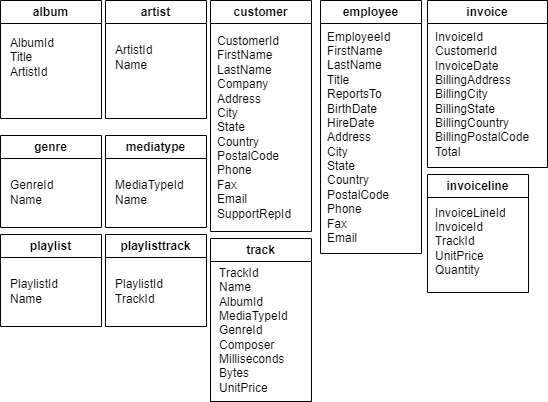
This is relational-data-storage/opdracht-2/DS-opdracht-2-v1.drawio.png from Dabra720/educom-data-science, a draw.io export, as it was before one commit. Source tidied: cells renumbered, new cells last; positions are measured from the earlier drawing's top-left corner, leaving out a move shared by most shapes.
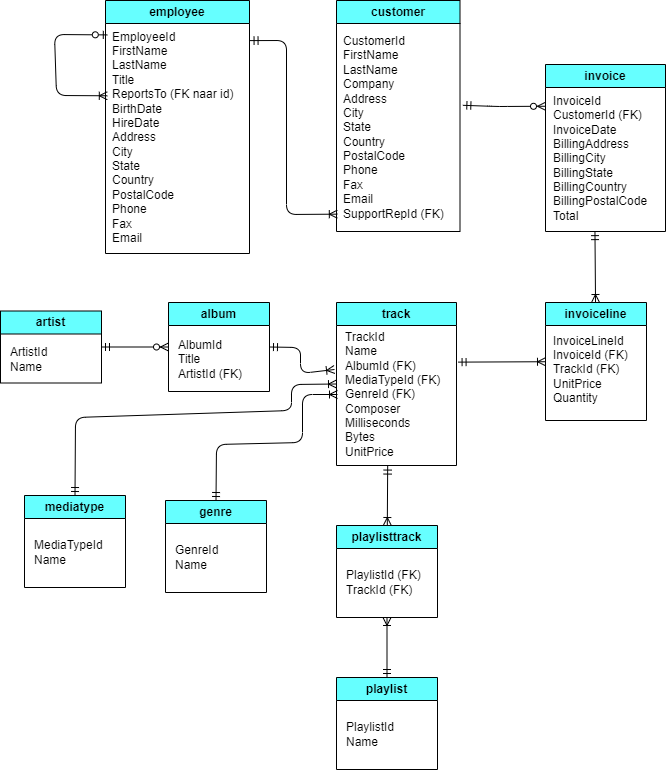
After the change.

Change to the diagram source:
```diff
@@ -2,71 +2,137 @@
   <root>
     <mxCell id="0" />
     <mxCell id="1" parent="0" />
-    <mxCell id="2" value="album" style="swimlane;whiteSpace=wrap;html=1;strokeColor=#000000;" parent="1" vertex="1">
-      <mxGeometry width="101" height="118" as="geometry" />
+    <mxCell id="2" value="album" style="swimlane;whiteSpace=wrap;html=1;strokeColor=#000000;fontColor=#000000;fillColor=#66FFFF;" parent="1" vertex="1">
+      <mxGeometry x="168" y="302" width="101" height="89" as="geometry" />
     </mxCell>
-    <mxCell id="3" value="AlbumId&lt;br&gt;Title&lt;br&gt;ArtistId" style="text;html=1;align=left;verticalAlign=middle;strokeColor=none;fillColor=none;fontColor=#000000;" parent="2" vertex="1">
-      <mxGeometry x="8" y="29" width="62" height="55" as="geometry" />
+    <mxCell id="3" value="AlbumId&lt;br&gt;Title&lt;br&gt;ArtistId&amp;nbsp;(FK)" style="text;html=1;align=left;verticalAlign=middle;strokeColor=none;fillColor=none;fontColor=#000000;" parent="2" vertex="1">
+      <mxGeometry x="8" y="29" width="82" height="55" as="geometry" />
     </mxCell>
+    <mxCell id="24" style="edgeStyle=none;html=1;entryX=0;entryY=0.5;entryDx=0;entryDy=0;fontColor=#000000;strokeColor=#000000;startArrow=ERmandOne;startFill=0;endArrow=ERzeroToMany;endFill=0;" parent="1" edge="1" source="4" target="2">
+      <mxGeometry relative="1" as="geometry" />
+    </mxCell>
-    <mxCell id="4" value="artist" style="swimlane;whiteSpace=wrap;html=1;strokeColor=#000000;" parent="1" vertex="1">
-      <mxGeometry x="105" width="101" height="118" as="geometry" />
+    <mxCell id="4" value="artist" style="swimlane;whiteSpace=wrap;html=1;strokeColor=#000000;fontColor=#000000;fillColor=#66FFFF;" parent="1" vertex="1">
+      <mxGeometry y="310.5" width="101" height="72" as="geometry" />
     </mxCell>
     <mxCell id="5" value="ArtistId&lt;br&gt;Name" style="text;html=1;align=left;verticalAlign=middle;strokeColor=none;fillColor=none;fontColor=#000000;" parent="4" vertex="1">
-      <mxGeometry x="8" y="36" width="55" height="41" as="geometry" />
+      <mxGeometry x="8" y="28" width="55" height="41" as="geometry" />
     </mxCell>
-    <mxCell id="6" value="customer" style="swimlane;whiteSpace=wrap;html=1;strokeColor=#000000;" parent="1" vertex="1">
-      <mxGeometry x="210" width="101" height="231" as="geometry" />
+    <mxCell id="6" value="customer" style="swimlane;whiteSpace=wrap;html=1;strokeColor=#000000;fontColor=#000000;fillColor=#66FFFF;" parent="1" vertex="1">
+      <mxGeometry x="336" width="123.5" height="231" as="geometry" />
     </mxCell>
-    <mxCell id="7" value="CustomerId&lt;br&gt;FirstName&lt;br&gt;LastName&lt;br&gt;Company&lt;br&gt;Address&lt;br&gt;City&lt;br&gt;State&lt;br&gt;Country&lt;br&gt;PostalCode&lt;br&gt;Phone&lt;br&gt;Fax&lt;br&gt;Email&lt;br&gt;SupportRepId" style="text;html=1;align=left;verticalAlign=middle;points=[];strokeColor=none;fillColor=none;fontColor=#000000;" parent="6" vertex="1">
-      <mxGeometry x="4.5" y="27" width="92" height="199" as="geometry" />
+    <mxCell id="7" value="CustomerId&lt;br&gt;FirstName&lt;br&gt;LastName&lt;br&gt;Company&lt;br&gt;Address&lt;br&gt;City&lt;br&gt;State&lt;br&gt;Country&lt;br&gt;PostalCode&lt;br&gt;Phone&lt;br&gt;Fax&lt;br&gt;Email&lt;br&gt;SupportRepId&amp;nbsp;(FK)" style="text;html=1;align=left;verticalAlign=middle;points=[];strokeColor=none;fillColor=none;fontColor=#000000;" parent="6" vertex="1">
+      <mxGeometry x="4.5" y="27" width="119" height="199" as="geometry" />
     </mxCell>
-    <mxCell id="8" value="employee" style="swimlane;whiteSpace=wrap;html=1;strokeColor=#000000;" parent="1" vertex="1">
-      <mxGeometry x="320" width="101" height="253" as="geometry" />
+    <mxCell id="8" value="employee" style="swimlane;whiteSpace=wrap;html=1;strokeColor=#000000;fontColor=#000000;fillColor=#66FFFF;" parent="1" vertex="1">
+      <mxGeometry x="105" width="144" height="253" as="geometry" />
     </mxCell>
-    <mxCell id="9" value="EmployeeId&lt;br&gt;FirstName&lt;br&gt;LastName&lt;br&gt;Title&lt;br&gt;ReportsTo&lt;br&gt;BirthDate&lt;br&gt;HireDate&lt;br&gt;Address&lt;br&gt;City&lt;br&gt;State&lt;br&gt;Country&lt;br&gt;PostalCode&lt;br&gt;Phone&lt;br&gt;Fax&lt;br&gt;Email&lt;br&gt;" style="text;html=1;align=left;verticalAlign=middle;points=[];strokeColor=none;fillColor=none;fontColor=#000000;" parent="8" vertex="1">
-      <mxGeometry x="5" y="23" width="81" height="228" as="geometry" />
+    <mxCell id="9" value="EmployeeId&lt;br&gt;FirstName&lt;br&gt;LastName&lt;br&gt;Title&lt;br&gt;ReportsTo&amp;nbsp;(FK naar id)&lt;br&gt;BirthDate&lt;br&gt;HireDate&lt;br&gt;Address&lt;br&gt;City&lt;br&gt;State&lt;br&gt;Country&lt;br&gt;PostalCode&lt;br&gt;Phone&lt;br&gt;Fax&lt;br&gt;Email" style="text;html=1;align=left;verticalAlign=middle;points=[];strokeColor=none;fillColor=none;fontColor=#000000;" parent="8" vertex="1">
+      <mxGeometry x="5" y="23" width="139" height="228" as="geometry" />
     </mxCell>
+    <mxCell id="25" style="edgeStyle=none;html=1;strokeColor=#000000;fontColor=#000000;startArrow=ERoneToMany;startFill=0;endArrow=ERzeroToOne;endFill=0;exitX=-0.023;exitY=0.317;exitDx=0;exitDy=0;exitPerimeter=0;entryX=-0.023;entryY=0.05;entryDx=0;entryDy=0;entryPerimeter=0;" parent="8" edge="1" source="9" target="9">
+      <mxGeometry relative="1" as="geometry">
+        <Array as="points">
+          <mxPoint x="-49" y="95" />
+          <mxPoint x="-51" y="34" />
+        </Array>
+      </mxGeometry>
+    </mxCell>
+    <mxCell id="26" style="edgeStyle=none;html=1;entryX=0.388;entryY=1.015;entryDx=0;entryDy=0;entryPerimeter=0;strokeColor=#000000;fontColor=#000000;startArrow=ERoneToMany;startFill=0;endArrow=ERmandOne;endFill=0;" parent="1" edge="1" source="10" target="13">
+      <mxGeometry relative="1" as="geometry" />
+    </mxCell>
+    <mxCell id="27" style="edgeStyle=none;html=1;entryX=1.014;entryY=0.272;entryDx=0;entryDy=0;entryPerimeter=0;strokeColor=#000000;fontColor=#000000;startArrow=ERoneToMany;startFill=0;endArrow=ERmandOne;endFill=0;" parent="1" edge="1" source="10" target="23">
+      <mxGeometry relative="1" as="geometry" />
+    </mxCell>
-    <mxCell id="10" value="invoiceline" style="swimlane;whiteSpace=wrap;html=1;strokeColor=#000000;" parent="1" vertex="1">
-      <mxGeometry x="427" y="174" width="101" height="118" as="geometry" />
+    <mxCell id="10" value="invoiceline" style="swimlane;whiteSpace=wrap;html=1;strokeColor=#000000;fontColor=#000000;fillColor=#66FFFF;" parent="1" vertex="1">
+      <mxGeometry x="545" y="302" width="101" height="118" as="geometry" />
     </mxCell>
-    <mxCell id="11" value="InvoiceLineId&lt;br&gt;InvoiceId&lt;br&gt;TrackId&lt;br&gt;UnitPrice&lt;br&gt;Quantity" style="text;html=1;align=left;verticalAlign=middle;strokeColor=none;fillColor=none;fontColor=#000000;" parent="10" vertex="1">
-      <mxGeometry x="6" y="25" width="89" height="84" as="geometry" />
+    <mxCell id="11" value="InvoiceLineId&lt;br&gt;InvoiceId&amp;nbsp;(FK)&lt;br&gt;TrackId&amp;nbsp;(FK)&lt;br&gt;UnitPrice&lt;br&gt;Quantity" style="text;html=1;align=left;verticalAlign=middle;strokeColor=none;fillColor=none;fontColor=#000000;" parent="10" vertex="1">
+      <mxGeometry x="6" y="25" width="93" height="84" as="geometry" />
     </mxCell>
+    <mxCell id="28" style="edgeStyle=none;html=1;exitX=0;exitY=0.25;exitDx=0;exitDy=0;strokeColor=#000000;fontColor=#000000;startArrow=ERzeroToMany;startFill=0;endArrow=ERmandOne;endFill=0;entryX=1.024;entryY=0.391;entryDx=0;entryDy=0;entryPerimeter=0;" parent="1" edge="1" source="12" target="7">
+      <mxGeometry relative="1" as="geometry">
+        <Array as="points">
+          <mxPoint x="497" y="106" />
+        </Array>
+      </mxGeometry>
+    </mxCell>
-    <mxCell id="12" value="invoice" style="swimlane;whiteSpace=wrap;html=1;strokeColor=#000000;" parent="1" vertex="1">
-      <mxGeometry x="427" width="120" height="167" as="geometry" />
+    <mxCell id="12" value="invoice" style="swimlane;whiteSpace=wrap;html=1;strokeColor=#000000;fontColor=#000000;fillColor=#66FFFF;" parent="1" vertex="1">
+      <mxGeometry x="545" y="64" width="120" height="167" as="geometry" />
     </mxCell>
-    <mxCell id="13" value="InvoiceId&lt;br&gt;CustomerId&lt;br&gt;InvoiceDate&lt;br&gt;BillingAddress&lt;br&gt;BillingCity&lt;br&gt;BillingState&lt;br&gt;BillingCountry&lt;br&gt;BillingPostalCode&lt;br&gt;Total" style="text;html=1;align=left;verticalAlign=middle;points=[];strokeColor=none;fillColor=none;fontColor=#000000;" parent="12" vertex="1">
+    <mxCell id="13" value="InvoiceId&lt;br&gt;CustomerId&amp;nbsp;(FK)&lt;br&gt;InvoiceDate&lt;br&gt;BillingAddress&lt;br&gt;BillingCity&lt;br&gt;BillingState&lt;br&gt;BillingCountry&lt;br&gt;BillingPostalCode&lt;br&gt;Total" style="text;html=1;align=left;verticalAlign=middle;points=[];strokeColor=none;fillColor=none;fontColor=#000000;" parent="12" vertex="1">
       <mxGeometry x="6" y="23" width="112" height="142" as="geometry" />
     </mxCell>
-    <mxCell id="14" value="genre" style="swimlane;whiteSpace=wrap;html=1;strokeColor=#000000;" parent="1" vertex="1">
-      <mxGeometry y="135" width="101" height="92" as="geometry" />
+    <mxCell id="14" value="genre" style="swimlane;whiteSpace=wrap;html=1;strokeColor=#000000;fontColor=#000000;fillColor=#66FFFF;" parent="1" vertex="1">
+      <mxGeometry x="165" y="500" width="101" height="92" as="geometry" />
     </mxCell>
     <mxCell id="15" value="GenreId&lt;br&gt;Name" style="text;html=1;align=left;verticalAlign=middle;strokeColor=none;fillColor=none;fontColor=#000000;" parent="14" vertex="1">
       <mxGeometry x="8" y="36" width="61" height="41" as="geometry" />
     </mxCell>
-    <mxCell id="16" value="mediatype" style="swimlane;whiteSpace=wrap;html=1;strokeColor=#000000;" parent="1" vertex="1">
-      <mxGeometry x="105" y="135" width="101" height="92" as="geometry" />
+    <mxCell id="16" value="mediatype" style="swimlane;whiteSpace=wrap;html=1;strokeColor=#000000;fontColor=#000000;fillColor=#66FFFF;" parent="1" vertex="1">
+      <mxGeometry x="24" y="495" width="101" height="92" as="geometry" />
     </mxCell>
     <mxCell id="17" value="MediaTypeId&lt;br&gt;Name" style="text;html=1;align=left;verticalAlign=middle;strokeColor=none;fillColor=none;fontColor=#000000;" parent="16" vertex="1">
       <mxGeometry x="8" y="36" width="87" height="41" as="geometry" />
     </mxCell>
-    <mxCell id="18" value="playlist" style="swimlane;whiteSpace=wrap;html=1;strokeColor=#000000;" parent="1" vertex="1">
-      <mxGeometry y="234" width="101" height="92" as="geometry" />
+    <mxCell id="18" value="playlist" style="swimlane;whiteSpace=wrap;html=1;strokeColor=#000000;fontColor=#000000;fillColor=#66FFFF;" parent="1" vertex="1">
+      <mxGeometry x="336" y="677" width="101" height="92" as="geometry" />
     </mxCell>
     <mxCell id="19" value="PlaylistId&lt;br&gt;Name" style="text;html=1;align=left;verticalAlign=middle;strokeColor=none;fillColor=none;fontColor=#000000;" parent="18" vertex="1">
       <mxGeometry x="8" y="36" width="66" height="41" as="geometry" />
     </mxCell>
+    <mxCell id="29" style="edgeStyle=none;html=1;entryX=0.391;entryY=1.004;entryDx=0;entryDy=0;entryPerimeter=0;strokeColor=#000000;fontColor=#000000;startArrow=ERoneToMany;startFill=0;endArrow=ERmandOne;endFill=0;" parent="1" edge="1" source="20" target="23">
+      <mxGeometry relative="1" as="geometry" />
+    </mxCell>
+    <mxCell id="30" style="edgeStyle=none;html=1;entryX=0.5;entryY=0;entryDx=0;entryDy=0;strokeColor=#000000;fontColor=#000000;startArrow=ERoneToMany;startFill=0;endArrow=ERmandOne;endFill=0;" parent="1" edge="1" source="20" target="18">
+      <mxGeometry relative="1" as="geometry" />
+    </mxCell>
-    <mxCell id="20" value="playlisttrack" style="swimlane;whiteSpace=wrap;html=1;strokeColor=#000000;" parent="1" vertex="1">
-      <mxGeometry x="105" y="234" width="101" height="92" as="geometry" />
+    <mxCell id="20" value="playlisttrack" style="swimlane;whiteSpace=wrap;html=1;strokeColor=#000000;fontColor=#000000;fillColor=#66FFFF;" parent="1" vertex="1">
+      <mxGeometry x="336" y="525" width="101" height="92" as="geometry" />
     </mxCell>
-    <mxCell id="21" value="PlaylistId&lt;br&gt;TrackId" style="text;html=1;align=left;verticalAlign=middle;strokeColor=none;fillColor=none;fontColor=#000000;" parent="20" vertex="1">
-      <mxGeometry x="8" y="36" width="66" height="41" as="geometry" />
+    <mxCell id="21" value="PlaylistId (FK)&lt;br&gt;TrackId (FK)" style="text;html=1;align=left;verticalAlign=middle;strokeColor=none;fillColor=none;fontColor=#000000;" parent="20" vertex="1">
+      <mxGeometry x="8" y="36" width="93" height="41" as="geometry" />
     </mxCell>
+    <mxCell id="31" style="edgeStyle=none;html=1;entryX=1;entryY=0.5;entryDx=0;entryDy=0;strokeColor=#000000;fontColor=#000000;startArrow=ERoneToMany;startFill=0;endArrow=ERmandOne;endFill=0;" parent="1" edge="1" target="2">
+      <mxGeometry relative="1" as="geometry">
+        <mxPoint x="334" y="369" as="sourcePoint" />
+        <Array as="points">
+          <mxPoint x="300" y="373" />
+          <mxPoint x="300" y="347" />
+        </Array>
+      </mxGeometry>
+    </mxCell>
+    <mxCell id="32" style="edgeStyle=none;html=1;entryX=0.5;entryY=0;entryDx=0;entryDy=0;strokeColor=#000000;fontColor=#000000;startArrow=ERoneToMany;startFill=0;endArrow=ERmandOne;endFill=0;exitX=0;exitY=0.5;exitDx=0;exitDy=0;" parent="1" edge="1" source="22" target="16">
+      <mxGeometry relative="1" as="geometry">
+        <Array as="points">
+          <mxPoint x="291" y="384" />
+          <mxPoint x="291" y="410" />
+          <mxPoint x="75" y="417" />
+        </Array>
+      </mxGeometry>
+    </mxCell>
+    <mxCell id="33" style="edgeStyle=none;html=1;entryX=0.5;entryY=0;entryDx=0;entryDy=0;strokeColor=#000000;fontColor=#000000;startArrow=ERoneToMany;startFill=0;endArrow=ERmandOne;endFill=0;" parent="1" edge="1" target="14">
+      <mxGeometry relative="1" as="geometry">
+        <mxPoint x="337" y="394" as="sourcePoint" />
+        <Array as="points">
+          <mxPoint x="302" y="394" />
+          <mxPoint x="302" y="442" />
+          <mxPoint x="216" y="444" />
+        </Array>
+      </mxGeometry>
+    </mxCell>
-    <mxCell id="22" value="track" style="swimlane;whiteSpace=wrap;html=1;strokeColor=#000000;" parent="1" vertex="1">
-      <mxGeometry x="210" y="238" width="101" height="163" as="geometry" />
+    <mxCell id="22" value="track" style="swimlane;whiteSpace=wrap;html=1;strokeColor=#000000;fontColor=#000000;fillColor=#66FFFF;" parent="1" vertex="1">
+      <mxGeometry x="336" y="302" width="120" height="163" as="geometry" />
     </mxCell>
-    <mxCell id="23" value="TrackId&lt;br&gt;Name&lt;br&gt;AlbumId&lt;br&gt;MediaTypeId&lt;br&gt;GenreId&lt;br&gt;Composer&lt;br&gt;Milliseconds&lt;br&gt;Bytes&lt;br&gt;UnitPrice" style="text;html=1;align=left;verticalAlign=middle;points=[];strokeColor=none;fillColor=none;fontColor=#000000;" parent="22" vertex="1">
-      <mxGeometry x="7" y="21" width="87" height="142" as="geometry" />
+    <mxCell id="23" value="TrackId&lt;br&gt;Name&lt;br&gt;AlbumId&amp;nbsp;(FK)&lt;br&gt;MediaTypeId&amp;nbsp;(FK)&lt;br&gt;GenreId&amp;nbsp;(FK)&lt;br&gt;Composer&lt;br&gt;Milliseconds&lt;br&gt;Bytes&lt;br&gt;UnitPrice" style="text;html=1;align=left;verticalAlign=middle;points=[];strokeColor=none;fillColor=none;fontColor=#000000;" parent="22" vertex="1">
+      <mxGeometry x="7" y="21" width="113" height="142" as="geometry" />
     </mxCell>
+    <mxCell id="34" style="edgeStyle=none;html=1;strokeColor=#000000;fontColor=#000000;startArrow=ERoneToMany;startFill=0;endArrow=ERmandOne;endFill=0;exitX=-0.031;exitY=0.938;exitDx=0;exitDy=0;exitPerimeter=0;entryX=1.004;entryY=0.075;entryDx=0;entryDy=0;entryPerimeter=0;" parent="1" edge="1" source="7" target="9">
+      <mxGeometry relative="1" as="geometry">
+        <Array as="points">
+          <mxPoint x="286" y="214" />
+          <mxPoint x="286" y="40" />
+        </Array>
+      </mxGeometry>
+    </mxCell>
   </root>
 </mxGraphModel>
```
